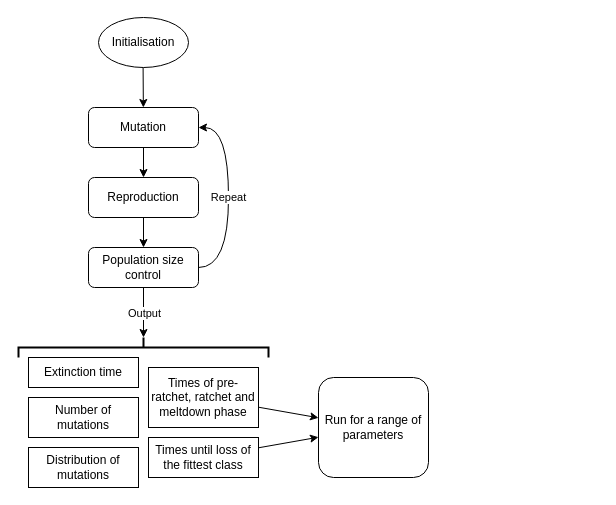
The draw.io diagram Untitled Diagram.drawio in LucyL-J/Time-to-mutational-meltdown, before the edit. Source tidied: cells renumbered, new cells numbered last; positions are measured from the earlier drawing's top-left corner, leaving out a move shared by most shapes. Both pictures are drawn from the tidied source at 100%, with x=0, y=0 at pixel (18, 17).
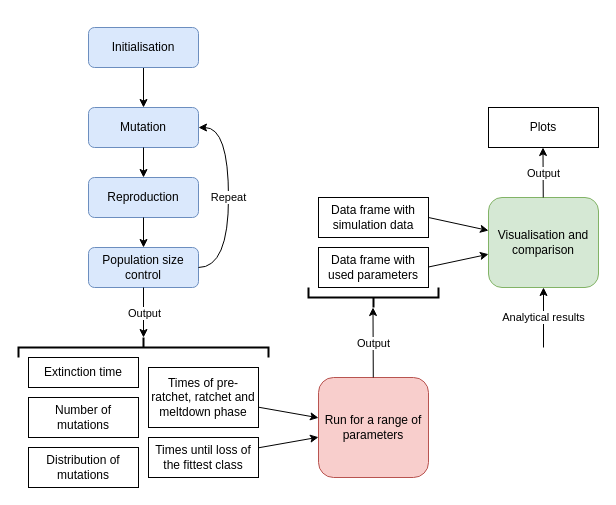
The same diagram, later.

Commit message:
Finished flow chart

Diff of the diagram source:
```diff
@@
-    <mxCell id="2" style="endArrow=classic;html=1;rounded=0;" parent="1" edge="1" target="3">
-      <mxGeometry relative="1" as="geometry">
-        <mxPoint x="124.6" y="49.8" as="sourcePoint" />
-      </mxGeometry>
+    <mxCell id="2" style="endArrow=classic;html=1;rounded=0;" parent="1" edge="1" source="9" target="3">
+      <mxGeometry relative="1" as="geometry" />
     </mxCell>
-    <mxCell id="3" value="Mutation" style="rounded=1;whiteSpace=wrap;html=1;" parent="1" vertex="1">
+    <mxCell id="3" value="Mutation" style="rounded=1;whiteSpace=wrap;html=1;fillColor=#dae8fc;strokeColor=#6c8ebf;" parent="1" vertex="1">
       <mxGeometry x="70" y="90" width="110" height="40" as="geometry" />
     </mxCell>
@@
-    <mxCell id="5" value="Reproduction" style="rounded=1;whiteSpace=wrap;html=1;" parent="1" vertex="1">
+    <mxCell id="5" value="Reproduction" style="rounded=1;whiteSpace=wrap;html=1;fillColor=#dae8fc;strokeColor=#6c8ebf;" parent="1" vertex="1">
       <mxGeometry x="70" y="160" width="110" height="40" as="geometry" />
     </mxCell>
@@
-    <mxCell id="7" value="Population size control" style="rounded=1;whiteSpace=wrap;html=1;" parent="1" vertex="1">
+    <mxCell id="7" value="Population size control" style="rounded=1;whiteSpace=wrap;html=1;fillColor=#dae8fc;strokeColor=#6c8ebf;" parent="1" vertex="1">
       <mxGeometry x="70" y="230" width="110" height="40" as="geometry" />
     </mxCell>
@@
-    <mxCell id="9" value="Initialisation" style="ellipse;whiteSpace=wrap;html=1;" parent="1" vertex="1">
-      <mxGeometry x="80" width="90" height="50" as="geometry" />
-    </mxCell>
@@
-    <mxCell id="20" value="Run for a range of parameters" style="rounded=1;whiteSpace=wrap;html=1;" parent="1" vertex="1">
+    <mxCell id="20" value="Run for a range of parameters" style="rounded=1;whiteSpace=wrap;html=1;fillColor=#f8cecc;strokeColor=#b85450;" parent="1" vertex="1">
       <mxGeometry x="300" y="360" width="110" height="100" as="geometry" />
     </mxCell>
+    <mxCell id="21" style="endArrow=classic;html=1;rounded=0;" parent="1" edge="1" source="20">
+      <mxGeometry relative="1" as="geometry">
+        <mxPoint x="354.5" y="290" as="targetPoint" />
+      </mxGeometry>
+    </mxCell>
+    <mxCell id="22" value="Output" style="edgeLabel;html=1;align=center;verticalAlign=middle;" parent="21" vertex="1">
+      <mxGeometry relative="1" as="geometry" />
+    </mxCell>
+    <mxCell id="23" value="Data frame with simulation data" style="rounded=0;whiteSpace=wrap;html=1;" parent="1" vertex="1">
+      <mxGeometry x="300" y="180" width="110" height="40" as="geometry" />
+    </mxCell>
+    <mxCell id="24" value="Data frame with used parameters" style="rounded=0;whiteSpace=wrap;html=1;" parent="1" vertex="1">
+      <mxGeometry x="300" y="230" width="110" height="40" as="geometry" />
+    </mxCell>
+    <mxCell id="25" style="strokeWidth=2;html=1;shape=mxgraph.flowchart.annotation_2;align=left;labelPosition=right;direction=north;" parent="1" vertex="1">
+      <mxGeometry x="290" y="270" width="130" height="20" as="geometry" />
+    </mxCell>
+    <mxCell id="26" style="endArrow=classic;html=1;rounded=0;" parent="1" edge="1" target="28">
+      <mxGeometry relative="1" as="geometry">
+        <mxPoint x="410" y="200" as="sourcePoint" />
+      </mxGeometry>
+    </mxCell>
+    <mxCell id="27" style="endArrow=classic;html=1;rounded=0;" parent="1" edge="1" target="28">
+      <mxGeometry relative="1" as="geometry">
+        <mxPoint x="410" y="249.5" as="sourcePoint" />
+      </mxGeometry>
+    </mxCell>
+    <mxCell id="28" value="Visualisation and comparison" style="rounded=1;whiteSpace=wrap;html=1;fillColor=#d5e8d4;strokeColor=#82b366;" parent="1" vertex="1">
+      <mxGeometry x="470" y="180" width="110" height="90" as="geometry" />
+    </mxCell>
+    <mxCell id="9" value="Initialisation" style="rounded=1;whiteSpace=wrap;html=1;fillColor=#dae8fc;strokeColor=#6c8ebf;" parent="1" vertex="1">
+      <mxGeometry x="70" y="10" width="110" height="40" as="geometry" />
+    </mxCell>
+    <mxCell id="29" value="Analytical results" style="endArrow=classic;html=1;rounded=0;" parent="1" edge="1" target="28">
+      <mxGeometry relative="1" as="geometry">
+        <mxPoint x="525" y="330" as="sourcePoint" />
+      </mxGeometry>
+    </mxCell>
+    <mxCell id="30" style="endArrow=classic;html=1;rounded=0;" parent="1" edge="1" source="28">
+      <mxGeometry relative="1" as="geometry">
+        <mxPoint x="524.5" y="130" as="targetPoint" />
+      </mxGeometry>
+    </mxCell>
+    <mxCell id="31" value="Output" style="edgeLabel;html=1;align=center;verticalAlign=middle;" parent="30" vertex="1">
+      <mxGeometry relative="1" as="geometry" />
+    </mxCell>
+    <mxCell id="32" value="Plots" style="rounded=0;whiteSpace=wrap;html=1;" parent="1" vertex="1">
+      <mxGeometry x="470" y="90" width="110" height="40" as="geometry" />
+    </mxCell>
```
